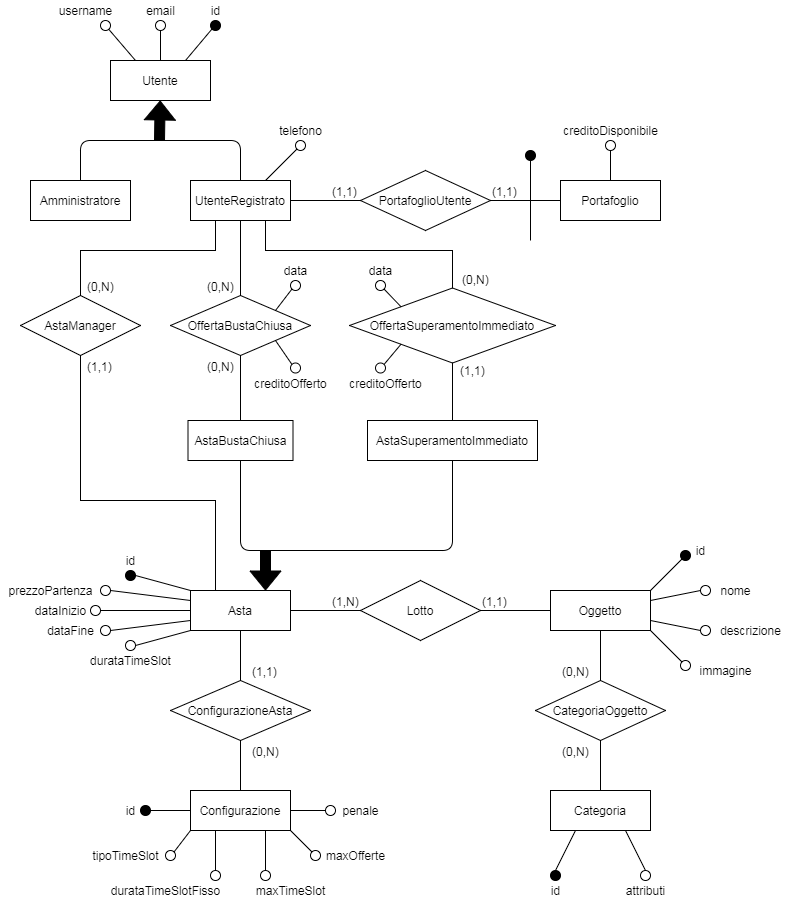
Above: Documentazione/Progettazione/Database/Progettazione concettuale/ER Diagram.png in UnimibSoftEngCourse1920/progetto-aste-2-gruppo-aste-2 (draw.io), before the change. Source tidied: cells renumbered, new cells last; positions are measured from the earlier drawing's top-left corner, leaving out a move shared by most shapes.
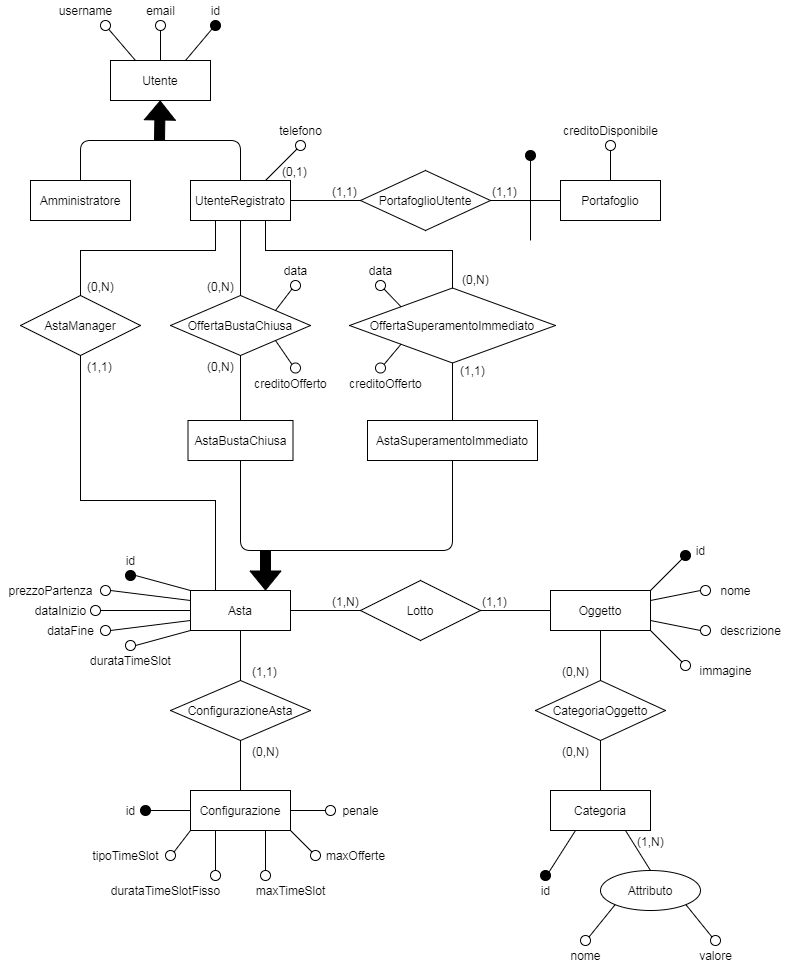
Later version of the same file.

Commit message:
Updated ER Diagram and Restructured ER Diagram

The edit, as a diff of the source:
```diff
@@ -362,10 +362,10 @@
       <mxGeometry relative="1" as="geometry" />
     </mxCell>
     <mxCell id="105" value="id" style="text;html=1;align=center;verticalAlign=middle;" parent="1" vertex="1">
-      <mxGeometry x="545" y="880" width="20" height="20" as="geometry" />
+      <mxGeometry x="535" y="880" width="20" height="20" as="geometry" />
     </mxCell>
     <mxCell id="106" style="ellipse;whiteSpace=wrap;html=1;align=center;fillColor=#000000;" parent="1" vertex="1">
-      <mxGeometry x="550" y="870" width="10" height="10" as="geometry" />
+      <mxGeometry x="540" y="870" width="10" height="10" as="geometry" />
     </mxCell>
     <mxCell id="107" value="immagine" style="text;html=1;align=center;verticalAlign=middle;" parent="1" vertex="1">
       <mxGeometry x="690" y="660" width="70" height="20" as="geometry" />
@@ -373,19 +373,16 @@
     <mxCell id="108" style="ellipse;whiteSpace=wrap;html=1;align=center;" parent="1" vertex="1">
       <mxGeometry x="680" y="660" width="10" height="10" as="geometry" />
     </mxCell>
-    <mxCell id="109" value="attributi" style="text;html=1;align=center;verticalAlign=middle;" parent="1" vertex="1">
-      <mxGeometry x="620" y="880" width="50" height="20" as="geometry" />
+    <mxCell id="109" value="nome" style="text;html=1;align=center;verticalAlign=middle;" parent="1" vertex="1">
+      <mxGeometry x="560" y="945" width="50" height="20" as="geometry" />
     </mxCell>
-    <mxCell id="110" style="ellipse;whiteSpace=wrap;html=1;align=center;" parent="1" vertex="1">
-      <mxGeometry x="640" y="870" width="10" height="10" as="geometry" />
-    </mxCell>
-    <mxCell id="111" style="endArrow=none;html=1;rounded=0;labelBackgroundColor=#000000;fillColor=#000000;entryX=0.25;entryY=1;entryDx=0;entryDy=0;exitX=0.5;exitY=0;exitDx=0;exitDy=0;" parent="1" edge="1" source="106" target="6">
+    <mxCell id="111" style="endArrow=none;html=1;rounded=0;labelBackgroundColor=#000000;fillColor=#000000;entryX=0.25;entryY=1;entryDx=0;entryDy=0;exitX=1;exitY=0;exitDx=0;exitDy=0;" parent="1" edge="1" source="106" target="6">
       <mxGeometry relative="1" as="geometry" />
     </mxCell>
     <mxCell id="112" style="endArrow=none;html=1;rounded=0;labelBackgroundColor=#000000;fillColor=#000000;exitX=0;exitY=0;exitDx=0;exitDy=0;entryX=1;entryY=1;entryDx=0;entryDy=0;" parent="1" edge="1" source="108" target="5">
       <mxGeometry relative="1" as="geometry" />
     </mxCell>
-    <mxCell id="113" style="endArrow=none;html=1;rounded=0;labelBackgroundColor=#000000;fillColor=#000000;exitX=0.75;exitY=1;exitDx=0;exitDy=0;entryX=0.5;entryY=0;entryDx=0;entryDy=0;" parent="1" edge="1" source="6" target="110">
+    <mxCell id="113" style="endArrow=none;html=1;rounded=0;labelBackgroundColor=#000000;fillColor=#000000;exitX=0.75;exitY=1;exitDx=0;exitDy=0;entryX=0.5;entryY=0;entryDx=0;entryDy=0;" parent="1" edge="1" source="6" target="132">
       <mxGeometry relative="1" as="geometry" />
     </mxCell>
     <mxCell id="114" style="endArrow=none;html=1;rounded=0;labelBackgroundColor=#000000;fillColor=#000000;exitX=0.5;exitY=1;exitDx=0;exitDy=0;" parent="1" edge="1" source="115">
@@ -457,5 +454,33 @@
     <mxCell id="130" style="endArrow=none;html=1;labelBackgroundColor=#000000;fillColor=#000000;entryX=0;entryY=1;entryDx=0;entryDy=0;exitX=1;exitY=0;exitDx=0;exitDy=0;" parent="1" edge="1" source="129" target="122">
       <mxGeometry relative="1" as="geometry" />
     </mxCell>
+    <mxCell id="131" value="(1,N)" style="html=1;align=left;verticalAlign=bottom;" parent="1" vertex="1">
+      <mxGeometry x="675" y="830" as="geometry">
+        <mxPoint x="-40" y="20" as="offset" />
+      </mxGeometry>
+    </mxCell>
+    <mxCell id="132" value="Attributo" style="ellipse;whiteSpace=wrap;html=1;align=center;" parent="1" vertex="1">
+      <mxGeometry x="600" y="870" width="100" height="40" as="geometry" />
+    </mxCell>
+    <mxCell id="133" style="ellipse;whiteSpace=wrap;html=1;align=center;" parent="1" vertex="1">
+      <mxGeometry x="580" y="935" width="10" height="10" as="geometry" />
+    </mxCell>
+    <mxCell id="134" style="ellipse;whiteSpace=wrap;html=1;align=center;" parent="1" vertex="1">
+      <mxGeometry x="710" y="935" width="10" height="10" as="geometry" />
+    </mxCell>
+    <mxCell id="135" value="valore" style="text;html=1;align=center;verticalAlign=middle;" parent="1" vertex="1">
+      <mxGeometry x="690" y="945" width="50" height="20" as="geometry" />
+    </mxCell>
+    <mxCell id="136" style="endArrow=none;html=1;rounded=0;labelBackgroundColor=#000000;fillColor=#000000;entryX=0;entryY=1;entryDx=0;entryDy=0;exitX=1;exitY=0;exitDx=0;exitDy=0;" parent="1" edge="1" source="133" target="132">
+      <mxGeometry relative="1" as="geometry" />
+    </mxCell>
+    <mxCell id="137" style="endArrow=none;html=1;rounded=0;labelBackgroundColor=#000000;fillColor=#000000;entryX=1;entryY=1;entryDx=0;entryDy=0;exitX=0;exitY=0;exitDx=0;exitDy=0;" parent="1" edge="1" source="134" target="132">
+      <mxGeometry relative="1" as="geometry" />
+    </mxCell>
+    <mxCell id="138" value="(0,1)" style="html=1;align=left;verticalAlign=bottom;" parent="1" vertex="1">
+      <mxGeometry x="240" y="180" as="geometry">
+        <mxPoint x="40" as="offset" />
+      </mxGeometry>
+    </mxCell>
   </root>
 </mxGraphModel>
```
